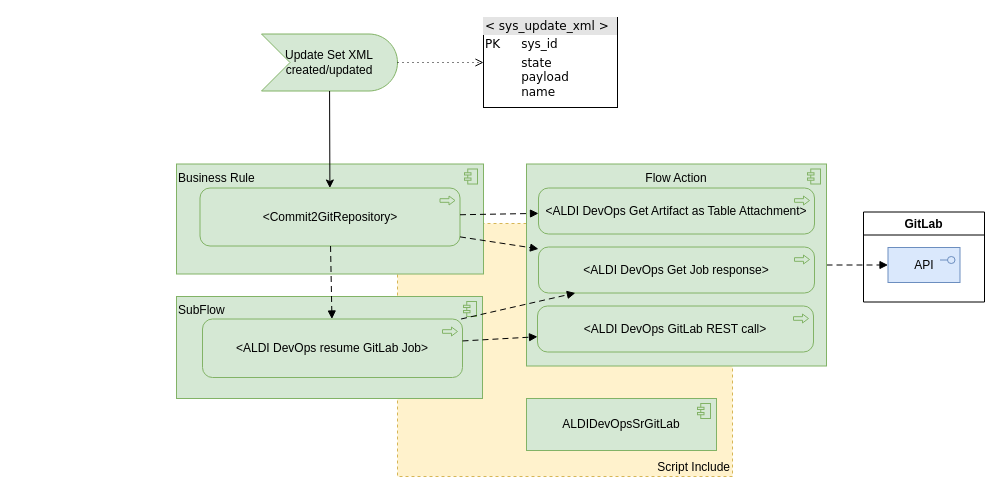
This is SnDevSecOps.drawio from algimas/tmp, a draw.io file, before an edit. Source tidied: cells renumbered, new cells numbered last; positions are measured from the earlier drawing's top-left corner, leaving out a move shared by most shapes. Both pictures are drawn from the tidied source at 100%, with x=0, y=0 at pixel (176, 17).
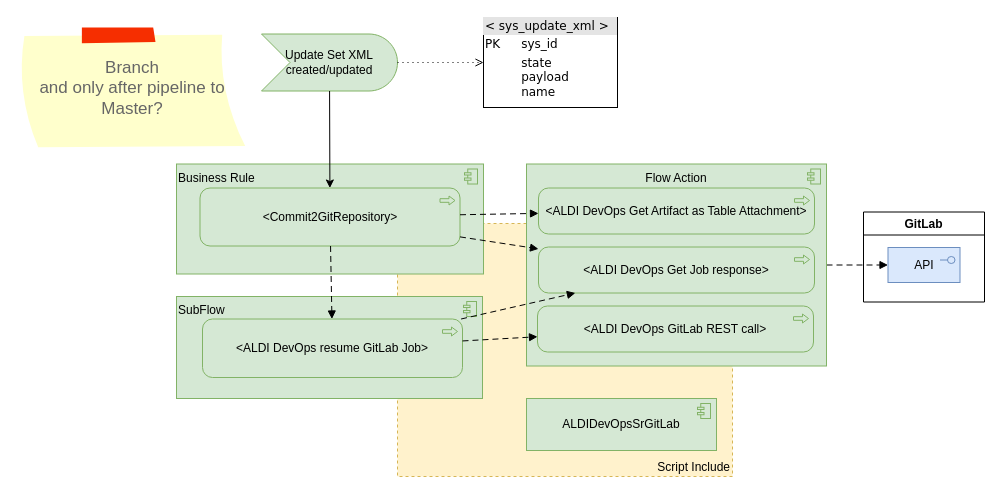
The same page after the edit.

What changed in the source:
```diff
@@
+    <mxCell id="24" value="Branch&lt;br&gt;and only after pipeline to Master?" style="strokeWidth=1;shadow=0;dashed=0;align=center;html=1;shape=mxgraph.mockup.text.stickyNote2;fontColor=#666666;mainText=;fontSize=17;whiteSpace=wrap;fillColor=#ffffcc;strokeColor=#F62E00;" parent="1" vertex="1">
+      <mxGeometry x="-159" y="10" width="230" height="121" as="geometry" />
+    </mxCell>
```
